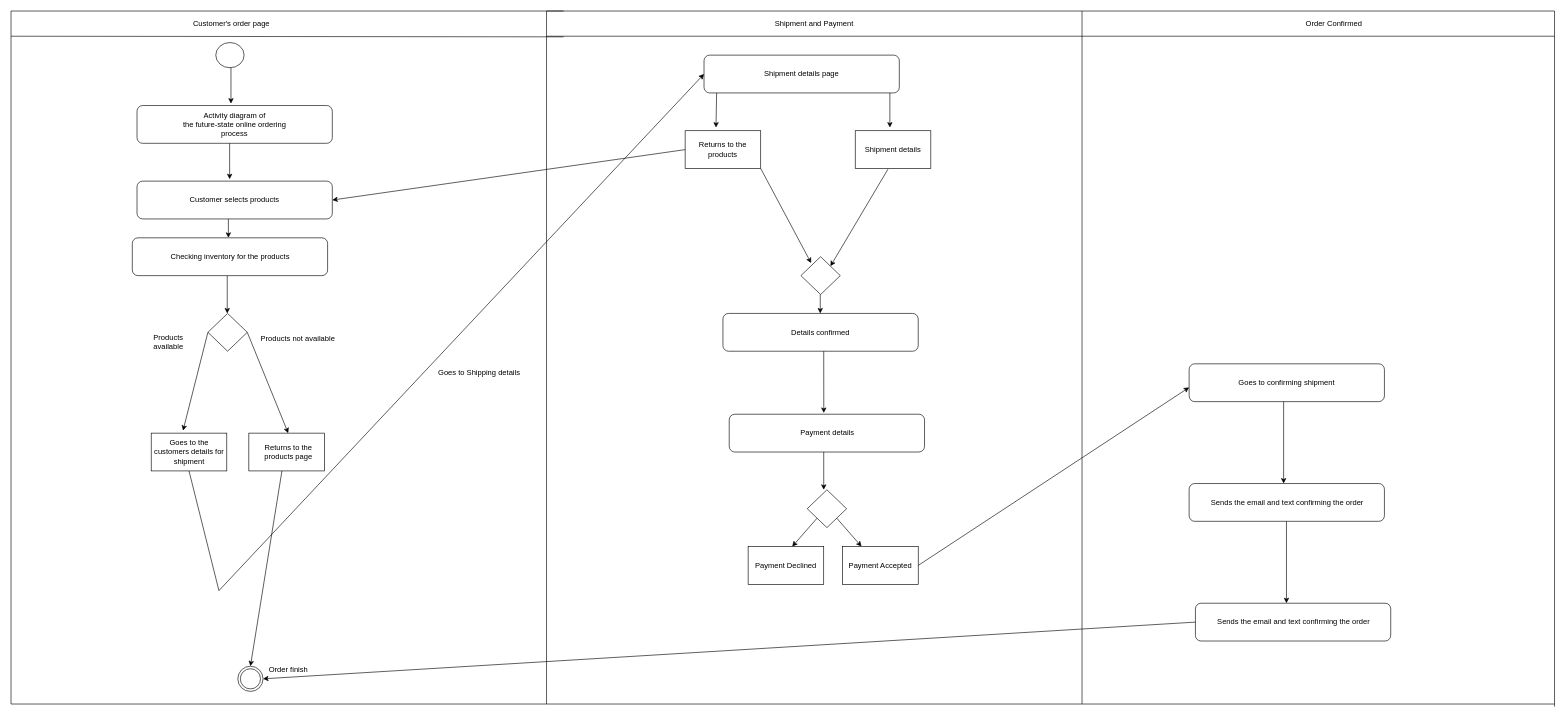
Earlier version of the draw.io diagram Untitled Diagram.drawio (TipperChristopher/.github.io.matahi). Source tidied: cells renumbered, new cells numbered last; positions are measured from the earlier drawing's top-left corner, leaving out a move shared by most shapes. Both pictures are drawn from the tidied source at 63%, with x=0, y=0 at pixel (11, 11).
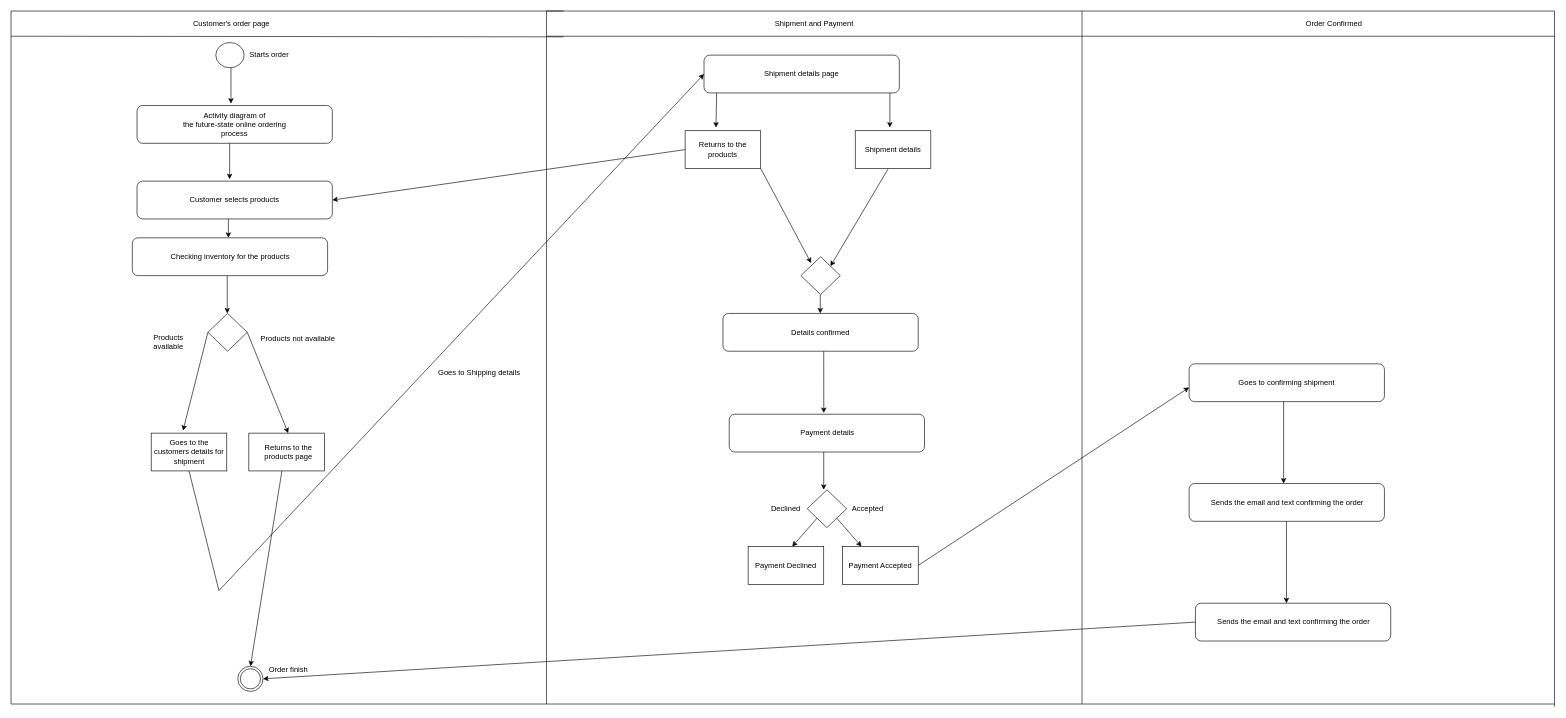
The same diagram, later.

Diff of the diagram source:
```diff
@@
+    <mxCell id="79" value="Starts order" style="text;html=1;strokeColor=none;fillColor=none;align=center;verticalAlign=middle;whiteSpace=wrap;rounded=0;" parent="1" vertex="1">
+      <mxGeometry x="280" y="55" width="260" height="30" as="geometry" />
+    </mxCell>
+    <mxCell id="80" value="Accepted" style="text;html=1;strokeColor=none;fillColor=none;align=center;verticalAlign=middle;whiteSpace=wrap;rounded=0;" parent="1" vertex="1">
+      <mxGeometry x="1330" y="775" width="60" height="30" as="geometry" />
+    </mxCell>
+    <mxCell id="81" value="Declined" style="text;html=1;strokeColor=none;fillColor=none;align=center;verticalAlign=middle;whiteSpace=wrap;rounded=0;" parent="1" vertex="1">
+      <mxGeometry x="1200" y="775" width="60" height="30" as="geometry" />
+    </mxCell>
```
